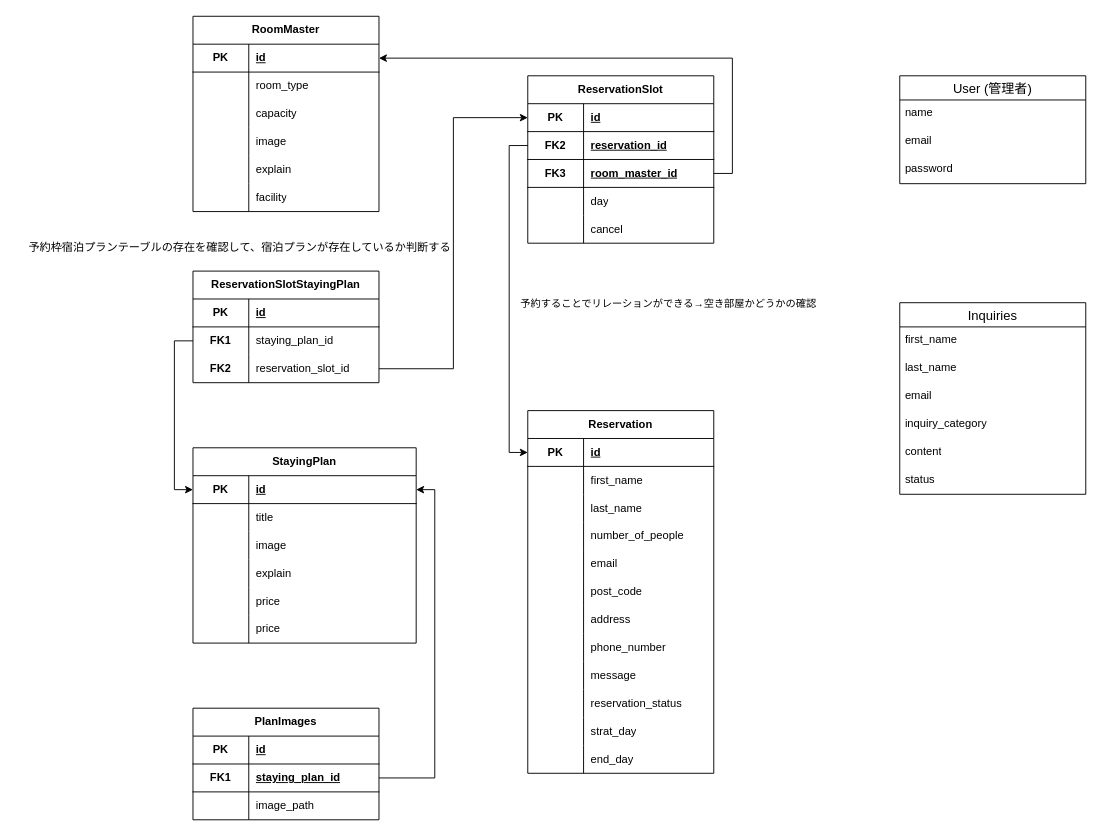
Earlier version of the draw.io diagram ER図.drawio (your-school/reserve). Source tidied: cells renumbered, new cells numbered last; positions are measured from the earlier drawing's top-left corner, leaving out a move shared by most shapes. Both pictures are drawn from the tidied source at 93%, with x=0, y=0 at pixel (16, 16).
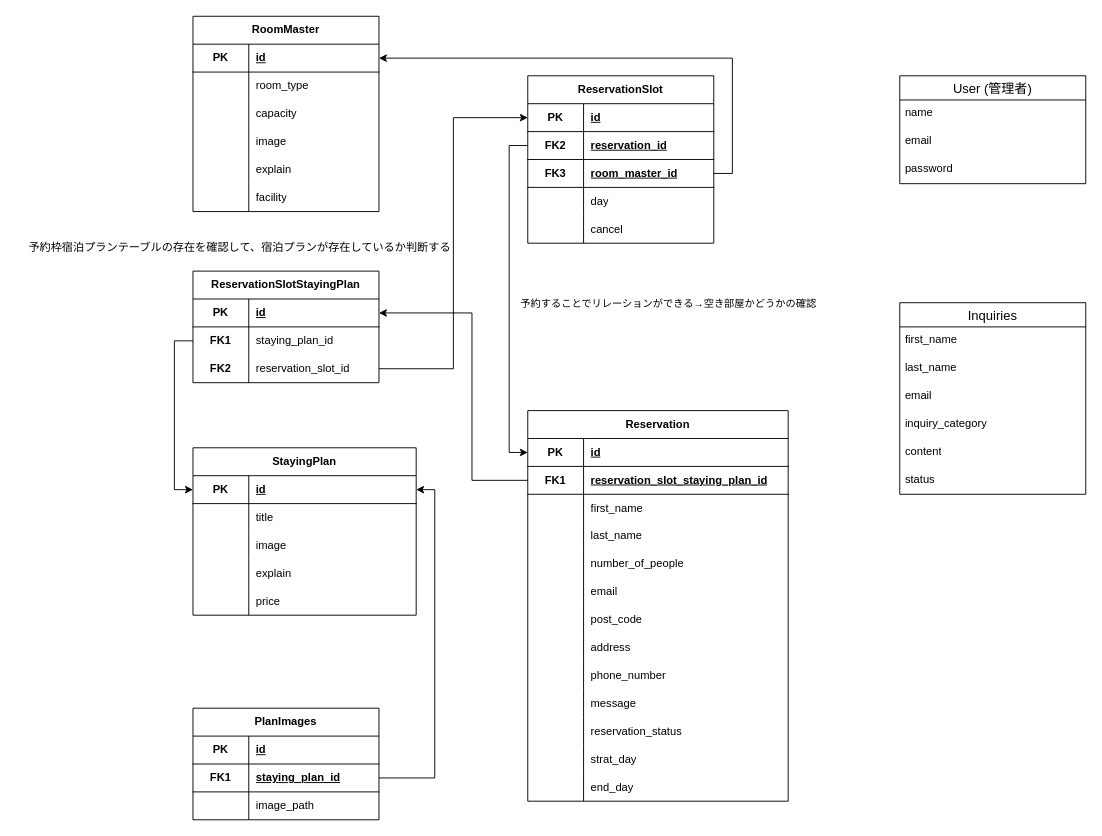
Above is the later version.

Commit message:
ER図.drawio を更新します

Unchanged cells that the change refers to:
```xml
<mxCell id="88" style="shape=tableRow;horizontal=0;startSize=0;swimlaneHead=0;swimlaneBody=0;fillColor=none;points=[[0,0.5],[1,0.5]];portConstraint=eastwest;top=0;left=0;right=0;bottom=1;html=1;" parent="87" vertex="1">
  <mxGeometry y="30" width="200" height="30" as="geometry" />
</mxCell>
```

Change to the diagram source:
```diff
@@
     <mxCell id="2" value="Reservation" style="shape=table;startSize=30;childLayout=tableLayout;rowLines=0;fontStyle=1;align=center;html=1;whiteSpace=wrap;" parent="1" vertex="1">
-      <mxGeometry x="550" y="424" width="200" height="390" as="geometry" />
+      <mxGeometry x="550" y="424" width="280" height="420" as="geometry" />
     </mxCell>
     <mxCell id="3" style="shape=tableRow;horizontal=0;startSize=0;swimlaneHead=0;swimlaneBody=0;fillColor=none;points=[[0,0.5],[1,0.5]];portConstraint=eastwest;top=0;left=0;right=0;bottom=1;html=1;" parent="2" vertex="1">
-      <mxGeometry y="30" width="200" height="30" as="geometry" />
+      <mxGeometry y="30" width="280" height="30" as="geometry" />
     </mxCell>
@@
     <mxCell id="5" value="id" style="shape=partialRectangle;fillColor=none;top=0;left=0;bottom=0;right=0;align=left;spacingLeft=6;fontStyle=5;overflow=hidden;html=1;whiteSpace=wrap;" parent="3" vertex="1">
-      <mxGeometry x="60" width="140" height="30" as="geometry" />
+      <mxGeometry x="60" width="220" height="30" as="geometry" />
     </mxCell>
+    <mxCell id="131" style="shape=tableRow;horizontal=0;startSize=0;swimlaneHead=0;swimlaneBody=0;fillColor=none;points=[[0,0.5],[1,0.5]];portConstraint=eastwest;top=0;left=0;right=0;bottom=1;html=1;" parent="2" vertex="1">
+      <mxGeometry y="60" width="280" height="30" as="geometry" />
+    </mxCell>
+    <mxCell id="132" value="FK1" style="shape=partialRectangle;fillColor=none;top=0;left=0;bottom=0;right=0;fontStyle=1;overflow=hidden;html=1;whiteSpace=wrap;" parent="131" vertex="1">
+      <mxGeometry width="60" height="30" as="geometry" />
+    </mxCell>
+    <mxCell id="133" value="reservation_slot_staying_plan_id" style="shape=partialRectangle;fillColor=none;top=0;left=0;bottom=0;right=0;align=left;spacingLeft=6;fontStyle=5;overflow=hidden;html=1;whiteSpace=wrap;" parent="131" vertex="1">
+      <mxGeometry x="60" width="220" height="30" as="geometry" />
+    </mxCell>
     <mxCell id="6" style="shape=tableRow;horizontal=0;startSize=0;swimlaneHead=0;swimlaneBody=0;fillColor=none;top=0;left=0;right=0;bottom=0;html=1;" parent="2" vertex="1">
-      <mxGeometry y="60" width="200" height="30" as="geometry" />
+      <mxGeometry y="90" width="280" height="30" as="geometry" />
     </mxCell>
@@
     <mxCell id="8" value="first_name" style="shape=partialRectangle;fillColor=none;top=0;left=0;bottom=0;right=0;align=left;spacingLeft=6;overflow=hidden;html=1;whiteSpace=wrap;" parent="6" vertex="1">
-      <mxGeometry x="60" width="140" height="30" as="geometry" />
+      <mxGeometry x="60" width="220" height="30" as="geometry" />
     </mxCell>
     <mxCell id="9" style="shape=tableRow;horizontal=0;startSize=0;swimlaneHead=0;swimlaneBody=0;fillColor=none;top=0;left=0;right=0;bottom=0;html=1;" parent="2" vertex="1">
-      <mxGeometry y="90" width="200" height="30" as="geometry" />
+      <mxGeometry y="120" width="280" height="30" as="geometry" />
     </mxCell>
@@
     <mxCell id="11" value="last_name" style="shape=partialRectangle;fillColor=none;top=0;left=0;bottom=0;right=0;align=left;spacingLeft=6;overflow=hidden;html=1;whiteSpace=wrap;" parent="9" vertex="1">
-      <mxGeometry x="60" width="140" height="30" as="geometry" />
+      <mxGeometry x="60" width="220" height="30" as="geometry" />
     </mxCell>
     <mxCell id="12" style="shape=tableRow;horizontal=0;startSize=0;swimlaneHead=0;swimlaneBody=0;fillColor=none;top=0;left=0;right=0;bottom=0;html=1;" parent="2" vertex="1">
-      <mxGeometry y="120" width="200" height="30" as="geometry" />
+      <mxGeometry y="150" width="280" height="30" as="geometry" />
     </mxCell>
@@
     <mxCell id="14" value="number_of_people" style="shape=partialRectangle;fillColor=none;top=0;left=0;bottom=0;right=0;align=left;spacingLeft=6;overflow=hidden;html=1;whiteSpace=wrap;" parent="12" vertex="1">
-      <mxGeometry x="60" width="140" height="30" as="geometry" />
+      <mxGeometry x="60" width="220" height="30" as="geometry" />
     </mxCell>
     <mxCell id="15" style="shape=tableRow;horizontal=0;startSize=0;swimlaneHead=0;swimlaneBody=0;fillColor=none;top=0;left=0;right=0;bottom=0;html=1;" parent="2" vertex="1">
-      <mxGeometry y="150" width="200" height="30" as="geometry" />
+      <mxGeometry y="180" width="280" height="30" as="geometry" />
     </mxCell>
@@
     <mxCell id="17" value="email" style="shape=partialRectangle;fillColor=none;top=0;left=0;bottom=0;right=0;align=left;spacingLeft=6;overflow=hidden;html=1;whiteSpace=wrap;" parent="15" vertex="1">
-      <mxGeometry x="60" width="140" height="30" as="geometry" />
+      <mxGeometry x="60" width="220" height="30" as="geometry" />
     </mxCell>
     <mxCell id="18" style="shape=tableRow;horizontal=0;startSize=0;swimlaneHead=0;swimlaneBody=0;fillColor=none;top=0;left=0;right=0;bottom=0;html=1;" parent="2" vertex="1">
-      <mxGeometry y="180" width="200" height="30" as="geometry" />
+      <mxGeometry y="210" width="280" height="30" as="geometry" />
     </mxCell>
@@
     <mxCell id="20" value="post_code" style="shape=partialRectangle;fillColor=none;top=0;left=0;bottom=0;right=0;align=left;spacingLeft=6;overflow=hidden;html=1;whiteSpace=wrap;" parent="18" vertex="1">
-      <mxGeometry x="60" width="140" height="30" as="geometry" />
+      <mxGeometry x="60" width="220" height="30" as="geometry" />
     </mxCell>
     <mxCell id="21" style="shape=tableRow;horizontal=0;startSize=0;swimlaneHead=0;swimlaneBody=0;fillColor=none;top=0;left=0;right=0;bottom=0;html=1;" parent="2" vertex="1">
-      <mxGeometry y="210" width="200" height="30" as="geometry" />
+      <mxGeometry y="240" width="280" height="30" as="geometry" />
     </mxCell>
@@
     <mxCell id="23" value="address" style="shape=partialRectangle;fillColor=none;top=0;left=0;bottom=0;right=0;align=left;spacingLeft=6;overflow=hidden;html=1;whiteSpace=wrap;" parent="21" vertex="1">
-      <mxGeometry x="60" width="140" height="30" as="geometry" />
+      <mxGeometry x="60" width="220" height="30" as="geometry" />
     </mxCell>
     <mxCell id="24" style="shape=tableRow;horizontal=0;startSize=0;swimlaneHead=0;swimlaneBody=0;fillColor=none;top=0;left=0;right=0;bottom=0;html=1;" parent="2" vertex="1">
-      <mxGeometry y="240" width="200" height="30" as="geometry" />
+      <mxGeometry y="270" width="280" height="30" as="geometry" />
     </mxCell>
@@
     <mxCell id="26" value="phone_number" style="shape=partialRectangle;fillColor=none;top=0;left=0;bottom=0;right=0;align=left;spacingLeft=6;overflow=hidden;html=1;whiteSpace=wrap;" parent="24" vertex="1">
-      <mxGeometry x="60" width="140" height="30" as="geometry" />
+      <mxGeometry x="60" width="220" height="30" as="geometry" />
     </mxCell>
     <mxCell id="27" style="shape=tableRow;horizontal=0;startSize=0;swimlaneHead=0;swimlaneBody=0;fillColor=none;top=0;left=0;right=0;bottom=0;html=1;" parent="2" vertex="1">
-      <mxGeometry y="270" width="200" height="30" as="geometry" />
+      <mxGeometry y="300" width="280" height="30" as="geometry" />
     </mxCell>
@@
     <mxCell id="29" value="message" style="shape=partialRectangle;fillColor=none;top=0;left=0;bottom=0;right=0;align=left;spacingLeft=6;overflow=hidden;html=1;whiteSpace=wrap;" parent="27" vertex="1">
-      <mxGeometry x="60" width="140" height="30" as="geometry" />
+      <mxGeometry x="60" width="220" height="30" as="geometry" />
     </mxCell>
     <mxCell id="30" style="shape=tableRow;horizontal=0;startSize=0;swimlaneHead=0;swimlaneBody=0;fillColor=none;top=0;left=0;right=0;bottom=0;html=1;" parent="2" vertex="1">
-      <mxGeometry y="300" width="200" height="30" as="geometry" />
+      <mxGeometry y="330" width="280" height="30" as="geometry" />
     </mxCell>
@@
     <mxCell id="32" value="reservation_status" style="shape=partialRectangle;fillColor=none;top=0;left=0;bottom=0;right=0;align=left;spacingLeft=6;overflow=hidden;html=1;whiteSpace=wrap;" parent="30" vertex="1">
-      <mxGeometry x="60" width="140" height="30" as="geometry" />
+      <mxGeometry x="60" width="220" height="30" as="geometry" />
     </mxCell>
     <mxCell id="33" style="shape=tableRow;horizontal=0;startSize=0;swimlaneHead=0;swimlaneBody=0;fillColor=none;top=0;left=0;right=0;bottom=0;html=1;" parent="2" vertex="1">
-      <mxGeometry y="330" width="200" height="30" as="geometry" />
+      <mxGeometry y="360" width="280" height="30" as="geometry" />
     </mxCell>
@@
     <mxCell id="35" value="strat_day" style="shape=partialRectangle;fillColor=none;top=0;left=0;bottom=0;right=0;align=left;spacingLeft=6;overflow=hidden;html=1;whiteSpace=wrap;" parent="33" vertex="1">
-      <mxGeometry x="60" width="140" height="30" as="geometry" />
+      <mxGeometry x="60" width="220" height="30" as="geometry" />
     </mxCell>
     <mxCell id="36" style="shape=tableRow;horizontal=0;startSize=0;swimlaneHead=0;swimlaneBody=0;fillColor=none;top=0;left=0;right=0;bottom=0;html=1;" parent="2" vertex="1">
-      <mxGeometry y="360" width="200" height="30" as="geometry" />
+      <mxGeometry y="390" width="280" height="30" as="geometry" />
     </mxCell>
@@
     <mxCell id="38" value="end_day" style="shape=partialRectangle;fillColor=none;top=0;left=0;bottom=0;right=0;align=left;spacingLeft=6;overflow=hidden;html=1;whiteSpace=wrap;" parent="36" vertex="1">
-      <mxGeometry x="60" width="140" height="30" as="geometry" />
+      <mxGeometry x="60" width="220" height="30" as="geometry" />
     </mxCell>
     <mxCell id="39" value="StayingPlan" style="shape=table;startSize=30;childLayout=tableLayout;rowLines=0;fontStyle=1;align=center;html=1;whiteSpace=wrap;" parent="1" vertex="1">
-      <mxGeometry x="190" y="464" width="240" height="210" as="geometry" />
+      <mxGeometry x="190" y="464" width="240" height="180" as="geometry" />
     </mxCell>
@@
-    <mxCell id="55" style="shape=tableRow;horizontal=0;startSize=0;swimlaneHead=0;swimlaneBody=0;fillColor=none;top=0;left=0;right=0;bottom=0;html=1;" parent="39" vertex="1">
-      <mxGeometry y="180" width="240" height="30" as="geometry" />
-    </mxCell>
-    <mxCell id="56" style="shape=partialRectangle;fillColor=none;top=0;left=0;bottom=0;right=0;overflow=hidden;html=1;whiteSpace=wrap;" parent="55" vertex="1">
-      <mxGeometry width="60" height="30" as="geometry" />
-    </mxCell>
-    <mxCell id="57" value="price" style="shape=partialRectangle;fillColor=none;top=0;left=0;bottom=0;right=0;align=left;spacingLeft=6;overflow=hidden;html=1;whiteSpace=wrap;" parent="55" vertex="1">
-      <mxGeometry x="60" width="180" height="30" as="geometry" />
-    </mxCell>
@@
+    <mxCell id="134" style="edgeStyle=orthogonalEdgeStyle;rounded=0;jettySize=auto;html=1;exitX=0;exitY=0.5;exitDx=0;exitDy=0;entryX=1;entryY=0.5;entryDx=0;entryDy=0;" parent="1" edge="1" source="131" target="88">
+      <mxGeometry relative="1" as="geometry">
+        <Array as="points">
+          <mxPoint x="490" y="499" />
+          <mxPoint x="490" y="319" />
+        </Array>
+      </mxGeometry>
+    </mxCell>
```
